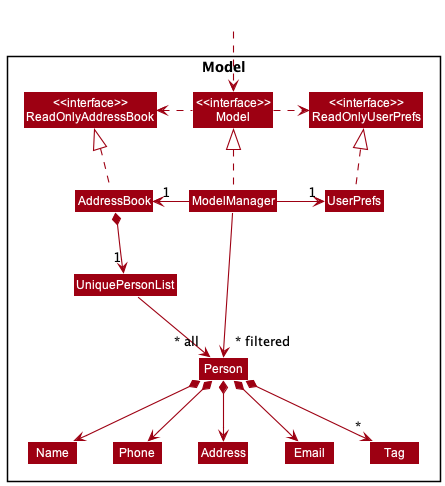
nus-cs2103-AY2223S1/tp keeps this PlantUML diagram as docs/images/ModelClassDiagram.png. Above is the earlier version. The source it was exported from:
```plantuml
@startuml
!include style.puml
skinparam arrowThickness 1.1
skinparam arrowColor MODEL_COLOR
skinparam classBackgroundColor MODEL_COLOR

Package Model <<Rectangle>>{
Class "<<interface>>\nReadOnlyAddressBook" as ReadOnlyAddressBook
Class "<<interface>>\nReadOnlyUserPrefs" as ReadOnlyUserPrefs
Class "<<interface>>\nModel" as Model
Class AddressBook
Class ModelManager
Class UserPrefs

Class UniquePersonList
Class Person
Class Address
Class Email
Class Name
Class Phone
Class Tag

}

Class HiddenOutside #FFFFFF
HiddenOutside ..> Model

AddressBook .up.|> ReadOnlyAddressBook

ModelManager .up.|> Model
Model .right.> ReadOnlyUserPrefs
Model .left.> ReadOnlyAddressBook
ModelManager -left-> "1" AddressBook
ModelManager -right-> "1" UserPrefs
UserPrefs .up.|> ReadOnlyUserPrefs

AddressBook *--> "1" UniquePersonList
UniquePersonList --> "~* all" Person
Person *--> Name
Person *--> Phone
Person *--> Email
Person *--> Address
Person *--> "*" Tag

Name -[hidden]right-> Phone
Phone -[hidden]right-> Address
Address -[hidden]right-> Email

ModelManager -->"~* filtered" Person
@enduml
```
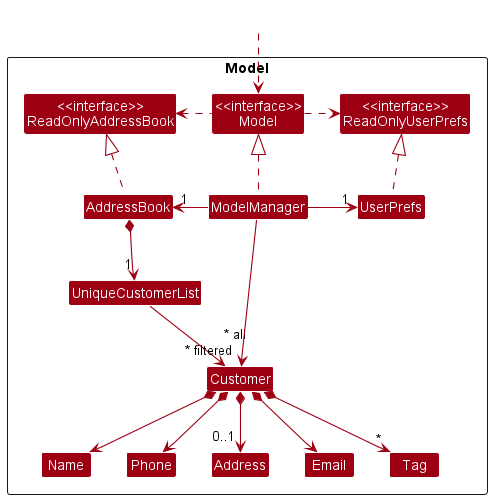
The same file after the commit.

Commit message:
Update model diagram address multiplicity

Diff of the diagram source:
```diff
@@ -12,8 +12,8 @@
 Class ModelManager
 Class UserPrefs
 
-Class UniquePersonList
-Class Person
+Class UniqueCustomerList
+Class Customer
 Class Address
 Class Email
 Class Name
@@ -34,17 +34,17 @@
 ModelManager -right-> "1" UserPrefs
 UserPrefs .up.|> ReadOnlyUserPrefs
 
-AddressBook *--> "1" UniquePersonList
-UniquePersonList --> "~* all" Person
-Person *--> Name
-Person *--> Phone
-Person *--> Email
-Person *--> Address
-Person *--> "*" Tag
+AddressBook *--> "1" UniqueCustomerList
+UniqueCustomerList --> "~* all\n" Customer
+Customer *--> Name
+Customer *--> Phone
+Customer *--> Email
+Customer *--> "0..1" Address
+Customer *--> "*" Tag
 
 Name -[hidden]right-> Phone
 Phone -[hidden]right-> Address
 Address -[hidden]right-> Email
 
-ModelManager -->"~* filtered" Person
+ModelManager -->"~* filtered" Customer
 @enduml
```
